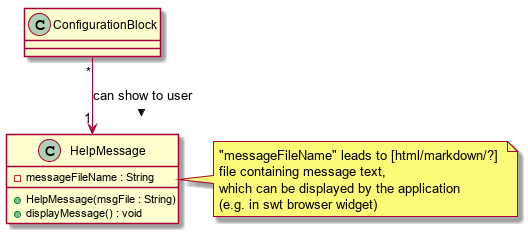
Above: 2-Entwurf/Diagramme/HelpClassDiagram.png in osl2/DAQ-Documents (PlantUML), before the change. The source it was exported from:
```plantuml
@startuml

class HelpMessage {
	- messageFileName : String
	+ HelpMessage(msgFile : String)
	+ displayMessage() : void
}

note right of HelpMessage : "messageFileName" leads to [html/markdown/?] \nfile containing message text, \nwhich can be displayed by the application \n(e.g. in swt browser widget)

ConfigurationBlock "*" --> "1" HelpMessage : can show to user >

@enduml
```
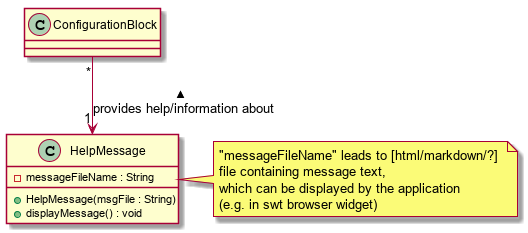
The same diagram one commit later.

Diff of the diagram source:
```diff
@@ -8,6 +8,6 @@
 
 note right of HelpMessage : "messageFileName" leads to [html/markdown/?] \nfile containing message text, \nwhich can be displayed by the application \n(e.g. in swt browser widget)
 
-ConfigurationBlock "*" --> "1" HelpMessage : can show to user >
+ConfigurationBlock "*" --> "1" HelpMessage : < provides help/information about
 
 @enduml
```
